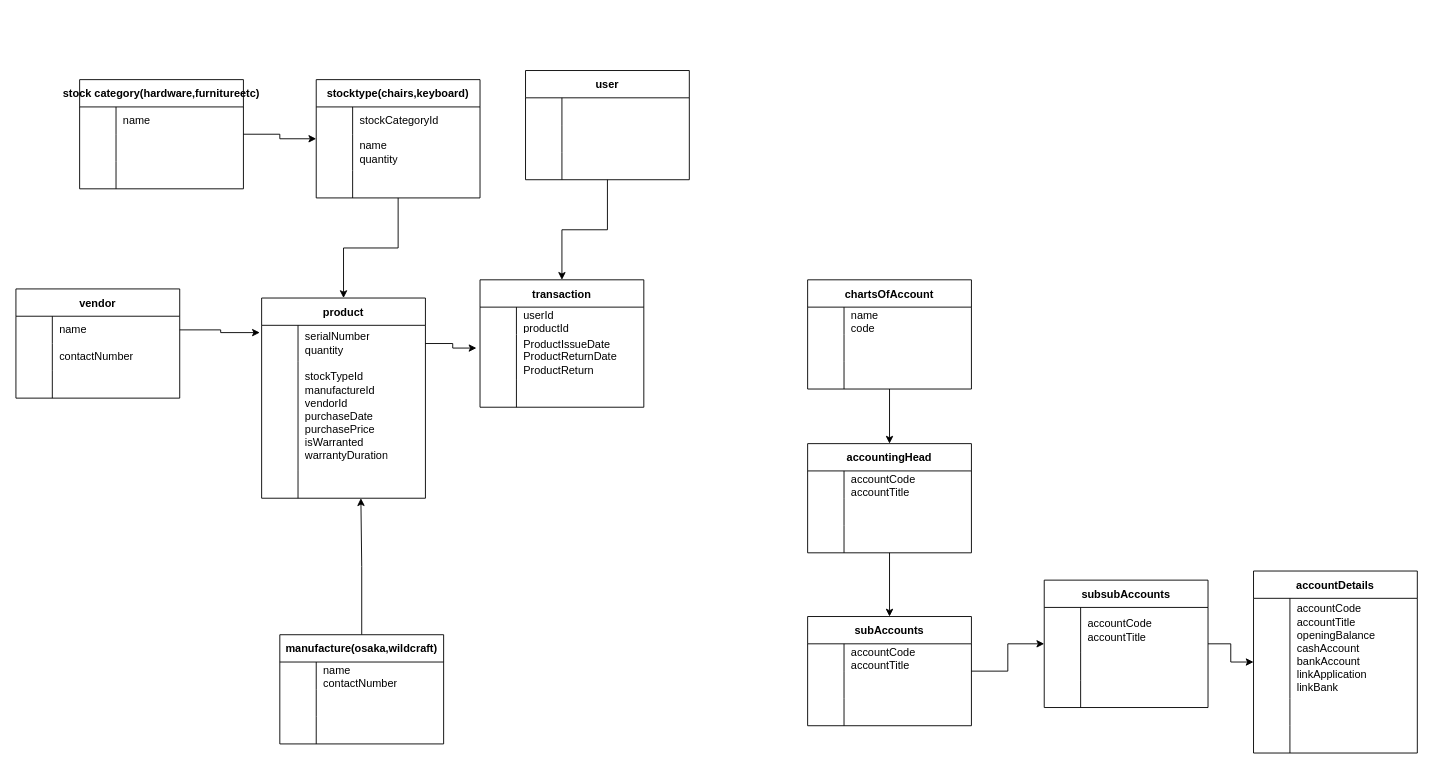
zaryabali786/erdDiagram keeps this draw.io diagram as recievable.drawio. Above is the earlier version. Source tidied: cells renumbered, new cells numbered last; positions are measured from the earlier drawing's top-left corner, leaving out a move shared by most shapes. Both pictures are drawn from the tidied source at 91%, with x=0, y=0 at pixel (15, 70).
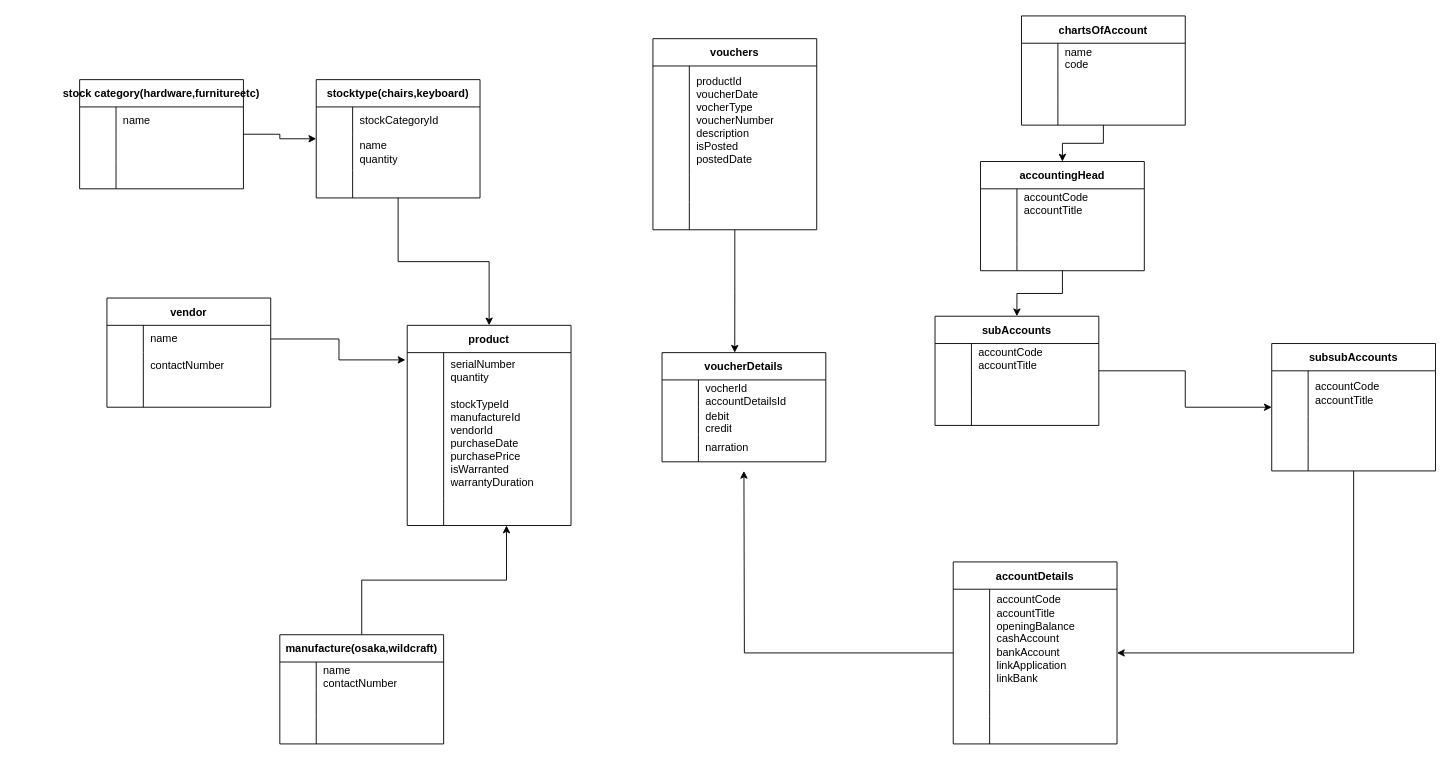
The same page after the edit.

Unchanged cells that the change refers to:
```xml
<mxCell id="25" style="shape=tableRow;horizontal=0;startSize=0;swimlaneHead=0;swimlaneBody=0;top=0;left=0;bottom=0;right=0;fillColor=none;points=[[0,0.5],[1,0.5]];portConstraint=eastwest;" parent="24" vertex="1">
  <mxGeometry y="30" width="180" height="40" as="geometry" />
</mxCell>
```

Diff of the diagram source:
```diff
@@
     <mxCell id="24" value="product" style="shape=table;startSize=30;childLayout=tableLayout;rowLines=0;fontStyle=1;" parent="1" vertex="1">
-      <mxGeometry x="270" y="250" width="180" height="220" as="geometry" />
+      <mxGeometry x="430" y="280" width="180" height="220" as="geometry" />
     </mxCell>
@@
     <mxCell id="34" value="vendor" style="shape=table;startSize=30;childLayout=tableLayout;rowLines=0;fontStyle=1;" parent="1" vertex="1">
-      <mxGeometry y="240" width="180" height="120" as="geometry" />
+      <mxGeometry x="100" y="250" width="180" height="120" as="geometry" />
     </mxCell>
@@
-    <mxCell id="55" value="transaction" style="shape=table;startSize=30;childLayout=tableLayout;rowLines=0;fontStyle=1;" parent="1" vertex="1">
-      <mxGeometry x="510" y="230" width="180" height="140" as="geometry" />
-    </mxCell>
-    <mxCell id="56" style="shape=tableRow;horizontal=0;startSize=0;swimlaneHead=0;swimlaneBody=0;top=0;left=0;bottom=0;right=0;fillColor=none;" parent="55" vertex="1">
-      <mxGeometry y="30" width="180" height="30" as="geometry" />
-    </mxCell>
-    <mxCell id="57" style="shape=partialRectangle;html=1;whiteSpace=wrap;fillColor=none;top=0;left=0;bottom=0;right=0;overflow=hidden;" parent="56" vertex="1">
-      <mxGeometry width="40" height="30" as="geometry" />
-    </mxCell>
-    <mxCell id="58" value="userId&lt;br&gt;productId" style="shape=partialRectangle;html=1;whiteSpace=wrap;fillColor=none;top=0;left=0;bottom=0;right=0;align=left;spacingLeft=6;overflow=hidden;" parent="56" vertex="1">
-      <mxGeometry x="40" width="140" height="30" as="geometry" />
-    </mxCell>
-    <mxCell id="59" style="shape=tableRow;horizontal=0;startSize=0;swimlaneHead=0;swimlaneBody=0;top=0;left=0;bottom=0;right=0;fillColor=none;points=[[0,0.5],[1,0.5]];portConstraint=eastwest;" parent="55" vertex="1">
-      <mxGeometry y="60" width="180" height="50" as="geometry" />
-    </mxCell>
-    <mxCell id="60" style="shape=partialRectangle;html=1;whiteSpace=wrap;fillColor=none;top=0;left=0;bottom=0;right=0;overflow=hidden;" parent="59" vertex="1">
-      <mxGeometry width="40" height="50" as="geometry" />
-    </mxCell>
-    <mxCell id="61" value="ProductIssueDate&lt;br&gt;ProductReturnDate&lt;br&gt;ProductReturn" style="shape=partialRectangle;html=1;whiteSpace=wrap;fillColor=none;top=0;left=0;bottom=0;right=0;align=left;spacingLeft=6;overflow=hidden;" parent="59" vertex="1">
-      <mxGeometry x="40" width="140" height="50" as="geometry" />
-    </mxCell>
-    <mxCell id="62" style="shape=tableRow;horizontal=0;startSize=0;swimlaneHead=0;swimlaneBody=0;top=0;left=0;bottom=0;right=0;fillColor=none;" parent="55" vertex="1">
-      <mxGeometry y="110" width="180" height="30" as="geometry" />
-    </mxCell>
-    <mxCell id="63" style="shape=partialRectangle;html=1;whiteSpace=wrap;fillColor=none;top=0;left=0;bottom=0;right=0;overflow=hidden;" parent="62" vertex="1">
-      <mxGeometry width="40" height="30" as="geometry" />
-    </mxCell>
-    <mxCell id="64" style="shape=partialRectangle;html=1;whiteSpace=wrap;fillColor=none;top=0;left=0;bottom=0;right=0;align=left;spacingLeft=6;overflow=hidden;" parent="62" vertex="1">
-      <mxGeometry x="40" width="140" height="30" as="geometry" />
-    </mxCell>
@@
-    <mxCell id="66" style="edgeStyle=orthogonalEdgeStyle;rounded=0;jettySize=auto;html=1;entryX=-0.022;entryY=0.3;entryDx=0;entryDy=0;entryPerimeter=0;" parent="1" edge="1" source="25" target="59">
-      <mxGeometry relative="1" as="geometry" />
-    </mxCell>
-    <mxCell id="67" style="edgeStyle=orthogonalEdgeStyle;rounded=0;jettySize=auto;html=1;entryX=0.5;entryY=0;entryDx=0;entryDy=0;" parent="1" edge="1" source="68" target="55">
-      <mxGeometry relative="1" as="geometry" />
-    </mxCell>
-    <mxCell id="68" value="user" style="shape=table;startSize=30;childLayout=tableLayout;rowLines=0;fontStyle=1;" parent="1" vertex="1">
-      <mxGeometry x="560" width="180" height="120" as="geometry" />
-    </mxCell>
-    <mxCell id="69" style="shape=tableRow;horizontal=0;startSize=0;swimlaneHead=0;swimlaneBody=0;top=0;left=0;bottom=0;right=0;fillColor=none;" parent="68" vertex="1">
-      <mxGeometry y="30" width="180" height="30" as="geometry" />
-    </mxCell>
-    <mxCell id="70" style="shape=partialRectangle;html=1;whiteSpace=wrap;fillColor=none;top=0;left=0;bottom=0;right=0;overflow=hidden;" parent="69" vertex="1">
-      <mxGeometry width="40" height="30" as="geometry" />
-    </mxCell>
-    <mxCell id="71" style="shape=partialRectangle;html=1;whiteSpace=wrap;fillColor=none;top=0;left=0;bottom=0;right=0;align=left;spacingLeft=6;overflow=hidden;" parent="69" vertex="1">
-      <mxGeometry x="40" width="140" height="30" as="geometry" />
-    </mxCell>
-    <mxCell id="72" style="shape=tableRow;horizontal=0;startSize=0;swimlaneHead=0;swimlaneBody=0;top=0;left=0;bottom=0;right=0;fillColor=none;" parent="68" vertex="1">
-      <mxGeometry y="60" width="180" height="30" as="geometry" />
-    </mxCell>
-    <mxCell id="73" style="shape=partialRectangle;html=1;whiteSpace=wrap;fillColor=none;top=0;left=0;bottom=0;right=0;overflow=hidden;" parent="72" vertex="1">
-      <mxGeometry width="40" height="30" as="geometry" />
-    </mxCell>
-    <mxCell id="74" style="shape=partialRectangle;html=1;whiteSpace=wrap;fillColor=none;top=0;left=0;bottom=0;right=0;align=left;spacingLeft=6;overflow=hidden;" parent="72" vertex="1">
-      <mxGeometry x="40" width="140" height="30" as="geometry" />
-    </mxCell>
-    <mxCell id="75" style="shape=tableRow;horizontal=0;startSize=0;swimlaneHead=0;swimlaneBody=0;top=0;left=0;bottom=0;right=0;fillColor=none;" parent="68" vertex="1">
-      <mxGeometry y="90" width="180" height="30" as="geometry" />
-    </mxCell>
-    <mxCell id="76" style="shape=partialRectangle;html=1;whiteSpace=wrap;fillColor=none;top=0;left=0;bottom=0;right=0;overflow=hidden;" parent="75" vertex="1">
-      <mxGeometry width="40" height="30" as="geometry" />
-    </mxCell>
-    <mxCell id="77" style="shape=partialRectangle;html=1;whiteSpace=wrap;fillColor=none;top=0;left=0;bottom=0;right=0;align=left;spacingLeft=6;overflow=hidden;" parent="75" vertex="1">
-      <mxGeometry x="40" width="140" height="30" as="geometry" />
-    </mxCell>
@@
     <mxCell id="79" value="chartsOfAccount" style="shape=table;startSize=30;childLayout=tableLayout;rowLines=0;fontStyle=1;" parent="1" vertex="1">
-      <mxGeometry x="870" y="230" width="180" height="120" as="geometry" />
+      <mxGeometry x="1105" y="-60" width="180" height="120" as="geometry" />
     </mxCell>
@@
     <mxCell id="90" value="accountingHead" style="shape=table;startSize=30;childLayout=tableLayout;rowLines=0;fontStyle=1;" parent="1" vertex="1">
-      <mxGeometry x="870" y="410" width="180" height="120" as="geometry" />
+      <mxGeometry x="1060" y="100" width="180" height="120" as="geometry" />
     </mxCell>
@@
     <mxCell id="101" value="subAccounts" style="shape=table;startSize=30;childLayout=tableLayout;rowLines=0;fontStyle=1;" parent="1" vertex="1">
-      <mxGeometry x="870" y="600" width="180" height="120" as="geometry" />
+      <mxGeometry x="1010" y="270" width="180" height="120" as="geometry" />
     </mxCell>
@@
     <mxCell id="111" style="edgeStyle=orthogonalEdgeStyle;rounded=0;jettySize=auto;html=1;" parent="1" edge="1" source="112" target="122">
-      <mxGeometry relative="1" as="geometry" />
+      <mxGeometry relative="1" as="geometry">
+        <Array as="points">
+          <mxPoint x="1470" y="640" />
+        </Array>
+      </mxGeometry>
     </mxCell>
     <mxCell id="112" value="subsubAccounts" style="shape=table;startSize=30;childLayout=tableLayout;rowLines=0;fontStyle=1;" parent="1" vertex="1">
-      <mxGeometry x="1130" y="560" width="180" height="140" as="geometry" />
+      <mxGeometry x="1380" y="300" width="180" height="140" as="geometry" />
     </mxCell>
@@
+    <mxCell id="132" style="edgeStyle=orthogonalEdgeStyle;rounded=0;jettySize=auto;html=1;" parent="1" edge="1" source="122">
+      <mxGeometry relative="1" as="geometry">
+        <mxPoint x="800" y="440" as="targetPoint" />
+      </mxGeometry>
+    </mxCell>
     <mxCell id="122" value="accountDetails" style="shape=table;startSize=30;childLayout=tableLayout;rowLines=0;fontStyle=1;" parent="1" vertex="1">
-      <mxGeometry x="1360" y="550" width="180" height="200" as="geometry" />
+      <mxGeometry x="1030" y="540" width="180" height="200" as="geometry" />
     </mxCell>
@@
+    <mxCell id="133" style="edgeStyle=orthogonalEdgeStyle;rounded=0;jettySize=auto;html=1;entryX=0.444;entryY=0;entryDx=0;entryDy=0;entryPerimeter=0;" parent="1" edge="1" source="134" target="144">
+      <mxGeometry relative="1" as="geometry" />
+    </mxCell>
+    <mxCell id="134" value="vouchers" style="shape=table;startSize=30;childLayout=tableLayout;rowLines=0;fontStyle=1;" parent="1" vertex="1">
+      <mxGeometry x="700" y="-35" width="180" height="210" as="geometry" />
+    </mxCell>
+    <mxCell id="135" style="shape=tableRow;horizontal=0;startSize=0;swimlaneHead=0;swimlaneBody=0;top=0;left=0;bottom=0;right=0;fillColor=none;" parent="134" vertex="1">
+      <mxGeometry y="30" width="180" height="120" as="geometry" />
+    </mxCell>
+    <mxCell id="136" style="shape=partialRectangle;html=1;whiteSpace=wrap;fillColor=none;top=0;left=0;bottom=0;right=0;overflow=hidden;" parent="135" vertex="1">
+      <mxGeometry width="40" height="120" as="geometry" />
+    </mxCell>
+    <mxCell id="137" value="productId&lt;br&gt;voucherDate&lt;br&gt;vocherType&lt;br&gt;voucherNumber&lt;br&gt;description&lt;br&gt;isPosted&lt;br&gt;postedDate" style="shape=partialRectangle;html=1;whiteSpace=wrap;fillColor=none;top=0;left=0;bottom=0;right=0;align=left;spacingLeft=6;overflow=hidden;" parent="135" vertex="1">
+      <mxGeometry x="40" width="140" height="120" as="geometry" />
+    </mxCell>
+    <mxCell id="138" style="shape=tableRow;horizontal=0;startSize=0;swimlaneHead=0;swimlaneBody=0;top=0;left=0;bottom=0;right=0;fillColor=none;" parent="134" vertex="1">
+      <mxGeometry y="150" width="180" height="30" as="geometry" />
+    </mxCell>
+    <mxCell id="139" style="shape=partialRectangle;html=1;whiteSpace=wrap;fillColor=none;top=0;left=0;bottom=0;right=0;overflow=hidden;" parent="138" vertex="1">
+      <mxGeometry width="40" height="30" as="geometry" />
+    </mxCell>
+    <mxCell id="140" style="shape=partialRectangle;html=1;whiteSpace=wrap;fillColor=none;top=0;left=0;bottom=0;right=0;align=left;spacingLeft=6;overflow=hidden;" parent="138" vertex="1">
+      <mxGeometry x="40" width="140" height="30" as="geometry" />
+    </mxCell>
+    <mxCell id="141" style="shape=tableRow;horizontal=0;startSize=0;swimlaneHead=0;swimlaneBody=0;top=0;left=0;bottom=0;right=0;fillColor=none;" parent="134" vertex="1">
+      <mxGeometry y="180" width="180" height="30" as="geometry" />
+    </mxCell>
+    <mxCell id="142" style="shape=partialRectangle;html=1;whiteSpace=wrap;fillColor=none;top=0;left=0;bottom=0;right=0;overflow=hidden;" parent="141" vertex="1">
+      <mxGeometry width="40" height="30" as="geometry" />
+    </mxCell>
+    <mxCell id="143" style="shape=partialRectangle;html=1;whiteSpace=wrap;fillColor=none;top=0;left=0;bottom=0;right=0;align=left;spacingLeft=6;overflow=hidden;" parent="141" vertex="1">
+      <mxGeometry x="40" width="140" height="30" as="geometry" />
+    </mxCell>
+    <mxCell id="144" value="voucherDetails" style="shape=table;startSize=30;childLayout=tableLayout;rowLines=0;fontStyle=1;" parent="1" vertex="1">
+      <mxGeometry x="710" y="310" width="180" height="120" as="geometry" />
+    </mxCell>
+    <mxCell id="145" style="shape=tableRow;horizontal=0;startSize=0;swimlaneHead=0;swimlaneBody=0;top=0;left=0;bottom=0;right=0;fillColor=none;" parent="144" vertex="1">
+      <mxGeometry y="30" width="180" height="30" as="geometry" />
+    </mxCell>
+    <mxCell id="146" style="shape=partialRectangle;html=1;whiteSpace=wrap;fillColor=none;top=0;left=0;bottom=0;right=0;overflow=hidden;" parent="145" vertex="1">
+      <mxGeometry width="40" height="30" as="geometry" />
+    </mxCell>
+    <mxCell id="147" value="vocherId&lt;br&gt;accountDetailsId" style="shape=partialRectangle;html=1;whiteSpace=wrap;fillColor=none;top=0;left=0;bottom=0;right=0;align=left;spacingLeft=6;overflow=hidden;" parent="145" vertex="1">
+      <mxGeometry x="40" width="140" height="30" as="geometry" />
+    </mxCell>
+    <mxCell id="72" style="shape=tableRow;horizontal=0;startSize=0;swimlaneHead=0;swimlaneBody=0;top=0;left=0;bottom=0;right=0;fillColor=none;" parent="144" vertex="1">
+      <mxGeometry y="60" width="180" height="30" as="geometry" />
+    </mxCell>
+    <mxCell id="148" style="shape=partialRectangle;html=1;whiteSpace=wrap;fillColor=none;top=0;left=0;bottom=0;right=0;overflow=hidden;" parent="72" vertex="1">
+      <mxGeometry width="40" height="30" as="geometry" />
+    </mxCell>
+    <mxCell id="149" value="debit&lt;br&gt;credit" style="shape=partialRectangle;html=1;whiteSpace=wrap;fillColor=none;top=0;left=0;bottom=0;right=0;align=left;spacingLeft=6;overflow=hidden;" parent="72" vertex="1">
+      <mxGeometry x="40" width="140" height="30" as="geometry" />
+    </mxCell>
+    <mxCell id="75" style="shape=tableRow;horizontal=0;startSize=0;swimlaneHead=0;swimlaneBody=0;top=0;left=0;bottom=0;right=0;fillColor=none;" parent="144" vertex="1">
+      <mxGeometry y="90" width="180" height="30" as="geometry" />
+    </mxCell>
+    <mxCell id="150" style="shape=partialRectangle;html=1;whiteSpace=wrap;fillColor=none;top=0;left=0;bottom=0;right=0;overflow=hidden;" parent="75" vertex="1">
+      <mxGeometry width="40" height="30" as="geometry" />
+    </mxCell>
+    <mxCell id="151" value="narration" style="shape=partialRectangle;html=1;whiteSpace=wrap;fillColor=none;top=0;left=0;bottom=0;right=0;align=left;spacingLeft=6;overflow=hidden;" parent="75" vertex="1">
+      <mxGeometry x="40" width="140" height="30" as="geometry" />
+    </mxCell>
```
